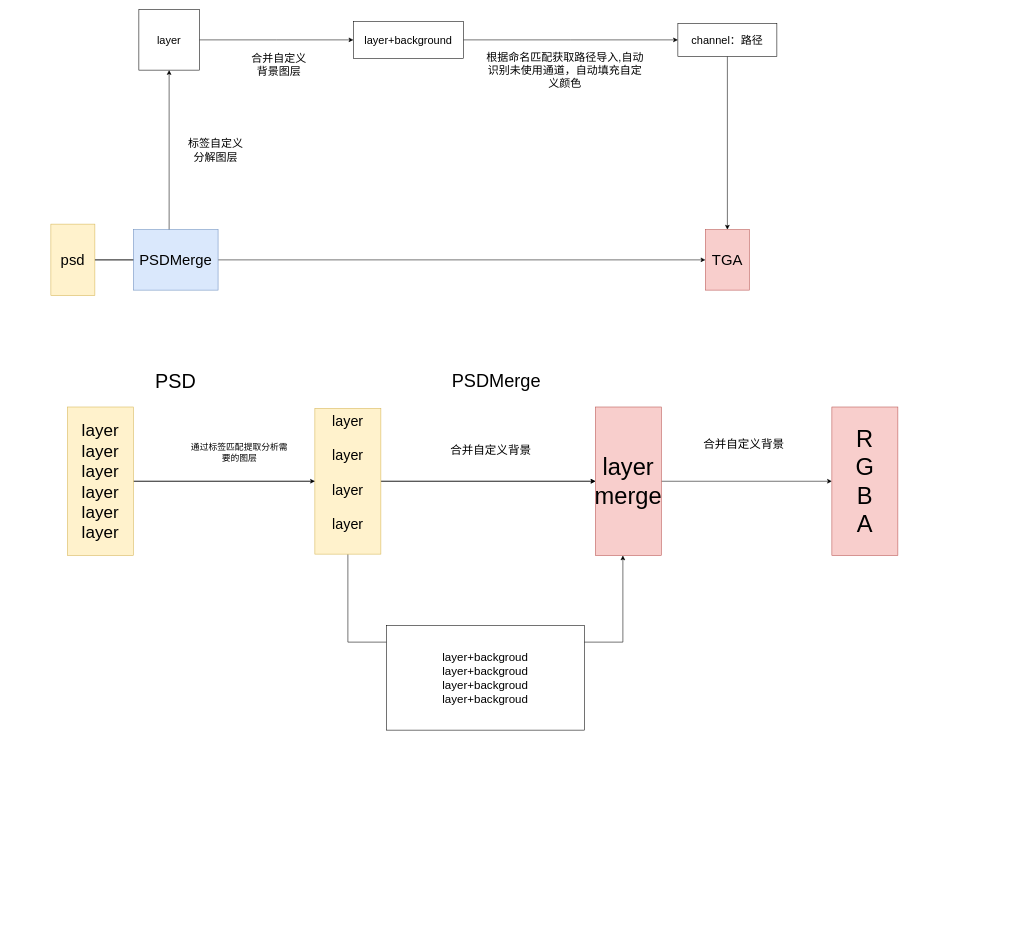
Earlier version of the draw.io diagram readme-image/Untitled Diagram.drawio (fxcfxcfxc/PSDMerge). Source tidied: cells renumbered, new cells numbered last; positions are measured from the earlier drawing's top-left corner, leaving out a move shared by most shapes. Both pictures are drawn from the tidied source at 55%, with x=0, y=0 at pixel (51, 9).
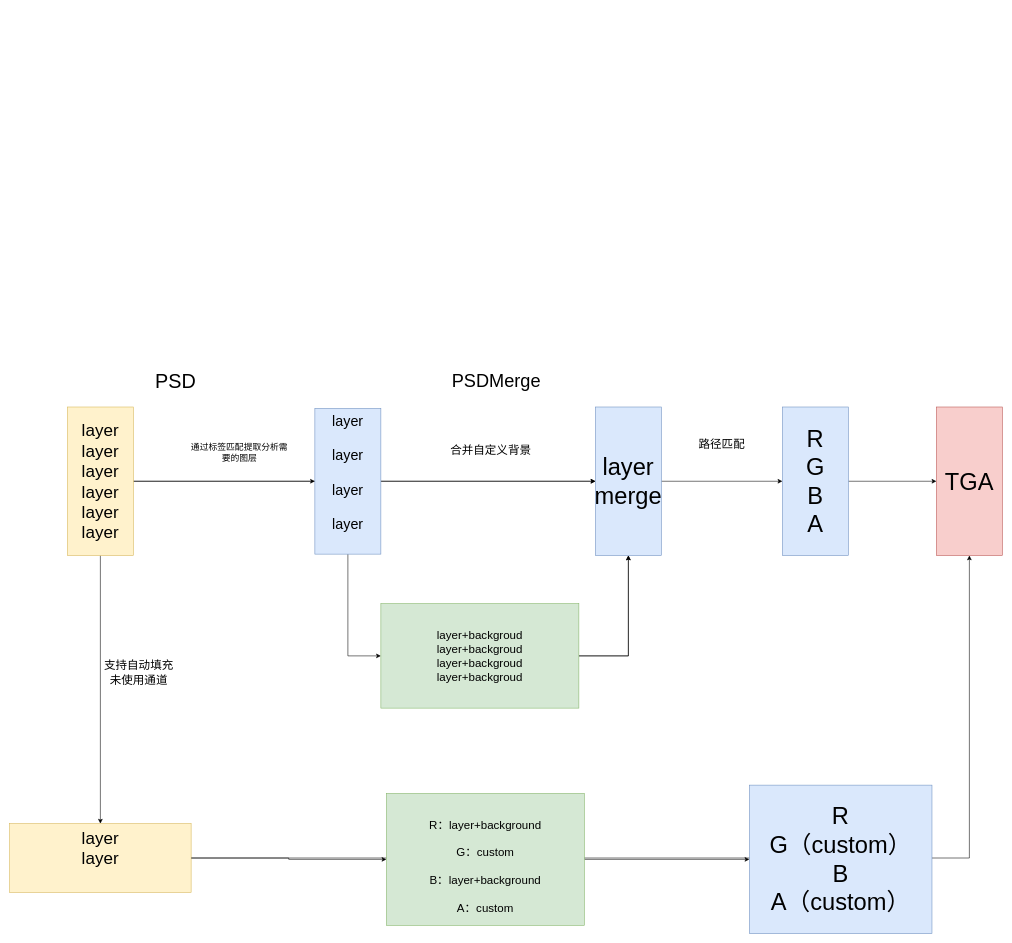
Above is the later version.

Unchanged cells that the change refers to:
```xml
<mxCell id="20" value="&lt;font style=&quot;font-size: 31px&quot;&gt;layer&lt;br&gt;layer&lt;br&gt;layer&lt;br&gt;layer&lt;br&gt;layer&lt;br&gt;layer&lt;br&gt;&lt;/font&gt;" style="rounded=0;whiteSpace=wrap;html=1;fillColor=#fff2cc;strokeColor=#d6b656;" parent="1" vertex="1">
  <mxGeometry x="30" y="722.5" width="120" height="270" as="geometry" />
</mxCell>
```

Change to the diagram source:
```diff
@@
-    <mxCell id="2" style="edgeStyle=orthogonalEdgeStyle;rounded=0;jettySize=auto;html=1;fontSize=27;entryX=0;entryY=0.5;entryDx=0;entryDy=0;startArrow=none;" parent="1" edge="1" source="6" target="5">
-      <mxGeometry relative="1" as="geometry" />
-    </mxCell>
-    <mxCell id="3" style="edgeStyle=orthogonalEdgeStyle;rounded=0;jettySize=auto;html=1;fontSize=20;" parent="1" edge="1" source="4" target="9">
-      <mxGeometry relative="1" as="geometry" />
-    </mxCell>
-    <mxCell id="4" value="psd" style="rounded=0;whiteSpace=wrap;html=1;fontSize=27;fillColor=#fff2cc;strokeColor=#d6b656;" parent="1" vertex="1">
-      <mxGeometry y="390" width="80" height="130" as="geometry" />
-    </mxCell>
-    <mxCell id="5" value="TGA" style="rounded=0;whiteSpace=wrap;html=1;fontSize=27;fillColor=#f8cecc;strokeColor=#b85450;" parent="1" vertex="1">
-      <mxGeometry x="1190" y="400" width="80" height="110" as="geometry" />
-    </mxCell>
-    <mxCell id="6" value="PSDMerge&lt;br&gt;" style="rounded=0;whiteSpace=wrap;html=1;fontSize=27;fillColor=#dae8fc;strokeColor=#6c8ebf;" parent="1" vertex="1">
-      <mxGeometry x="150" y="400" width="154" height="110" as="geometry" />
-    </mxCell>
-    <mxCell id="7" style="edgeStyle=orthogonalEdgeStyle;rounded=0;jettySize=auto;html=1;fontSize=27;entryX=0;entryY=0.5;entryDx=0;entryDy=0;endArrow=none;" parent="1" edge="1" source="4" target="6">
-      <mxGeometry relative="1" as="geometry" />
-    </mxCell>
-    <mxCell id="8" style="edgeStyle=orthogonalEdgeStyle;rounded=0;jettySize=auto;html=1;exitX=1;exitY=0.5;exitDx=0;exitDy=0;fontSize=20;" parent="1" edge="1" source="9" target="14">
-      <mxGeometry relative="1" as="geometry" />
-    </mxCell>
-    <mxCell id="9" value="layer&lt;br style=&quot;font-size: 20px&quot;&gt;" style="whiteSpace=wrap;html=1;fontSize=20;" parent="1" vertex="1">
-      <mxGeometry x="160" width="110" height="110" as="geometry" />
-    </mxCell>
-    <mxCell id="10" value="合并自定义背景图层" style="text;html=1;strokeColor=none;fillColor=none;align=center;verticalAlign=middle;whiteSpace=wrap;rounded=0;fontSize=20;" parent="1" vertex="1">
-      <mxGeometry x="360" y="50" width="110" height="100" as="geometry" />
-    </mxCell>
-    <mxCell id="11" style="edgeStyle=orthogonalEdgeStyle;rounded=0;jettySize=auto;html=1;fontSize=20;" parent="1" edge="1" source="12" target="5">
-      <mxGeometry relative="1" as="geometry" />
-    </mxCell>
-    <mxCell id="12" value="channel：路径" style="rounded=0;whiteSpace=wrap;html=1;fontSize=20;" parent="1" vertex="1">
-      <mxGeometry x="1140" y="25" width="180" height="60" as="geometry" />
-    </mxCell>
-    <mxCell id="13" style="edgeStyle=orthogonalEdgeStyle;rounded=0;jettySize=auto;html=1;fontSize=20;" parent="1" edge="1" source="14" target="12">
-      <mxGeometry relative="1" as="geometry" />
-    </mxCell>
-    <mxCell id="14" value="layer+background&lt;br&gt;" style="rounded=0;whiteSpace=wrap;html=1;fontSize=20;" parent="1" vertex="1">
-      <mxGeometry x="550" y="21.2" width="200" height="67.5" as="geometry" />
-    </mxCell>
-    <mxCell id="15" value="根据命名匹配获取路径导入,自动识别未使用通道，自动填充自定义颜色" style="text;html=1;strokeColor=none;fillColor=none;align=center;verticalAlign=middle;whiteSpace=wrap;rounded=0;fontSize=20;" parent="1" vertex="1">
-      <mxGeometry x="790" y="100" width="290" height="20" as="geometry" />
-    </mxCell>
-    <mxCell id="16" value="标签自定义分解图层" style="text;html=1;strokeColor=none;fillColor=none;align=center;verticalAlign=middle;whiteSpace=wrap;rounded=0;fontSize=20;" parent="1" vertex="1">
-      <mxGeometry x="240" y="240" width="120" height="30" as="geometry" />
-    </mxCell>
@@
+    <mxCell id="32" style="edgeStyle=orthogonalEdgeStyle;rounded=0;jettySize=auto;html=1;fontSize=21;" parent="1" edge="1" source="20" target="38">
+      <mxGeometry relative="1" as="geometry" />
+    </mxCell>
@@
-    <mxCell id="22" value="&lt;span style=&quot;font-size: 43px&quot;&gt;layer merge&lt;/span&gt;" style="rounded=0;whiteSpace=wrap;html=1;fillColor=#f8cecc;strokeColor=#b85450;" parent="1" vertex="1">
+    <mxCell id="22" value="&lt;span style=&quot;font-size: 43px&quot;&gt;layer merge&lt;/span&gt;" style="rounded=0;whiteSpace=wrap;html=1;fillColor=#dae8fc;strokeColor=#6c8ebf;" parent="1" vertex="1">
       <mxGeometry x="990" y="722.5" width="120" height="270" as="geometry" />
     </mxCell>
@@
+    <mxCell id="33" style="edgeStyle=orthogonalEdgeStyle;rounded=0;jettySize=auto;html=1;fontSize=21;" parent="1" edge="1" source="25" target="5">
+      <mxGeometry relative="1" as="geometry" />
+    </mxCell>
-    <mxCell id="25" value="&lt;font style=&quot;font-size: 43px&quot;&gt;R&lt;br&gt;G&lt;br&gt;B&lt;br&gt;A&lt;/font&gt;" style="rounded=0;whiteSpace=wrap;html=1;fillColor=#f8cecc;strokeColor=#b85450;" parent="1" vertex="1">
-      <mxGeometry x="1420" y="722.5" width="120" height="270" as="geometry" />
+    <mxCell id="25" value="&lt;font style=&quot;font-size: 43px&quot;&gt;R&lt;br&gt;G&lt;br&gt;B&lt;br&gt;A&lt;/font&gt;" style="rounded=0;whiteSpace=wrap;html=1;fillColor=#dae8fc;strokeColor=#6c8ebf;" parent="1" vertex="1">
+      <mxGeometry x="1330" y="722.5" width="120" height="270" as="geometry" />
     </mxCell>
@@
-    <mxCell id="27" style="edgeStyle=orthogonalEdgeStyle;rounded=0;jettySize=auto;html=1;fontSize=21;" parent="1" edge="1" source="28" target="22">
-      <mxGeometry relative="1" as="geometry">
-        <Array as="points">
-          <mxPoint x="540" y="1150" />
-          <mxPoint x="1040" y="1150" />
-        </Array>
-      </mxGeometry>
-    </mxCell>
+    <mxCell id="34" style="edgeStyle=orthogonalEdgeStyle;rounded=0;jettySize=auto;html=1;entryX=0;entryY=0.5;entryDx=0;entryDy=0;fontSize=21;" parent="1" edge="1" source="28" target="30">
+      <mxGeometry relative="1" as="geometry" />
+    </mxCell>
-    <mxCell id="28" value="&lt;font style=&quot;font-size: 26px&quot;&gt;layer&lt;br&gt;&lt;br&gt;layer&lt;br&gt;&lt;br&gt;layer&lt;br&gt;&lt;br&gt;layer&lt;br&gt;&lt;br&gt;&lt;/font&gt;" style="rounded=0;whiteSpace=wrap;html=1;fillColor=#fff2cc;strokeColor=#d6b656;" parent="1" vertex="1">
+    <mxCell id="28" value="&lt;font style=&quot;font-size: 26px&quot;&gt;layer&lt;br&gt;&lt;br&gt;layer&lt;br&gt;&lt;br&gt;layer&lt;br&gt;&lt;br&gt;layer&lt;br&gt;&lt;br&gt;&lt;/font&gt;" style="rounded=0;whiteSpace=wrap;html=1;fillColor=#dae8fc;strokeColor=#6c8ebf;" parent="1" vertex="1">
       <mxGeometry x="480" y="725" width="120" height="265" as="geometry" />
     </mxCell>
@@
+    <mxCell id="35" style="edgeStyle=orthogonalEdgeStyle;rounded=0;jettySize=auto;html=1;fontSize=21;" parent="1" edge="1" source="30" target="22">
+      <mxGeometry relative="1" as="geometry" />
+    </mxCell>
+    <mxCell id="36" style="edgeStyle=orthogonalEdgeStyle;rounded=0;jettySize=auto;html=1;entryX=0.5;entryY=1;entryDx=0;entryDy=0;fontSize=21;" parent="1" edge="1" source="30" target="22">
+      <mxGeometry relative="1" as="geometry" />
+    </mxCell>
-    <mxCell id="30" value="layer+backgroud&lt;br&gt;layer+backgroud&lt;br&gt;layer+backgroud&lt;br&gt;layer+backgroud" style="rounded=0;whiteSpace=wrap;html=1;fontSize=21;" parent="1" vertex="1">
-      <mxGeometry x="610" y="1120" width="360" height="190" as="geometry" />
+    <mxCell id="30" value="layer+backgroud&lt;br&gt;layer+backgroud&lt;br&gt;layer+backgroud&lt;br&gt;layer+backgroud" style="rounded=0;whiteSpace=wrap;html=1;fontSize=21;fillColor=#d5e8d4;strokeColor=#82b366;" parent="1" vertex="1">
+      <mxGeometry x="600" y="1080" width="360" height="190" as="geometry" />
     </mxCell>
-    <mxCell id="31" value="合并自定义背景" style="text;html=1;strokeColor=none;fillColor=none;align=center;verticalAlign=middle;whiteSpace=wrap;rounded=0;fontSize=21;" parent="1" vertex="1">
-      <mxGeometry x="1160" y="760" width="200" height="60" as="geometry" />
+    <mxCell id="31" value="路径匹配" style="text;html=1;strokeColor=none;fillColor=none;align=center;verticalAlign=middle;whiteSpace=wrap;rounded=0;fontSize=21;" parent="1" vertex="1">
+      <mxGeometry x="1120" y="760" width="200" height="60" as="geometry" />
     </mxCell>
+    <mxCell id="37" style="edgeStyle=orthogonalEdgeStyle;rounded=0;jettySize=auto;html=1;fontSize=21;" parent="1" edge="1" source="38" target="42">
+      <mxGeometry relative="1" as="geometry" />
+    </mxCell>
+    <mxCell id="38" value="&lt;font style=&quot;font-size: 31px&quot;&gt;layer&lt;br&gt;layer&lt;br&gt;&lt;br&gt;&lt;/font&gt;" style="rounded=0;whiteSpace=wrap;html=1;fillColor=#fff2cc;strokeColor=#d6b656;" parent="1" vertex="1">
+      <mxGeometry x="-75" y="1480" width="330" height="125" as="geometry" />
+    </mxCell>
+    <mxCell id="39" value="支持自动填充未使用通道" style="text;html=1;strokeColor=none;fillColor=none;align=center;verticalAlign=middle;whiteSpace=wrap;rounded=0;fontSize=21;" parent="1" vertex="1">
+      <mxGeometry x="90" y="1150" width="140" height="110" as="geometry" />
+    </mxCell>
+    <mxCell id="5" value="&lt;span style=&quot;font-size: 43px&quot;&gt;TGA&lt;/span&gt;" style="rounded=0;whiteSpace=wrap;html=1;fillColor=#f8cecc;strokeColor=#b85450;" parent="1" vertex="1">
+      <mxGeometry x="1610" y="722.5" width="120" height="270" as="geometry" />
+    </mxCell>
+    <mxCell id="40" style="edgeStyle=orthogonalEdgeStyle;rounded=0;jettySize=auto;html=1;fontSize=21;" parent="1" edge="1" source="38" target="5">
+      <mxGeometry relative="1" as="geometry" />
+    </mxCell>
+    <mxCell id="41" style="edgeStyle=orthogonalEdgeStyle;rounded=0;jettySize=auto;html=1;fontSize=21;" parent="1" edge="1" source="42" target="43">
+      <mxGeometry relative="1" as="geometry" />
+    </mxCell>
+    <mxCell id="42" value="&lt;br&gt;R：layer+background&lt;br&gt;&lt;br&gt;G：custom&lt;br&gt;&lt;br&gt;B：layer+background&lt;br&gt;&lt;br&gt;A：custom" style="rounded=0;whiteSpace=wrap;html=1;fontSize=21;fillColor=#d5e8d4;strokeColor=#82b366;" parent="1" vertex="1">
+      <mxGeometry x="610" y="1425" width="360" height="240" as="geometry" />
+    </mxCell>
+    <mxCell id="43" value="&lt;font style=&quot;font-size: 43px&quot;&gt;R&lt;br&gt;G（custom）&lt;br&gt;B&lt;br&gt;A（custom）&lt;/font&gt;" style="rounded=0;whiteSpace=wrap;html=1;fillColor=#dae8fc;strokeColor=#6c8ebf;" parent="1" vertex="1">
+      <mxGeometry x="1270" y="1410" width="332" height="270" as="geometry" />
+    </mxCell>
```
